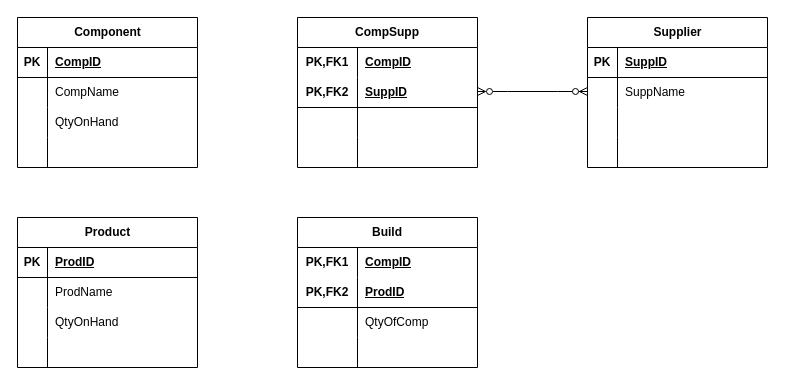
Above: M3.drawio in zack-lewis/IT3380 (draw.io), before the change. Source tidied: cells renumbered, new cells numbered last; positions are measured from the earlier drawing's top-left corner, leaving out a move shared by most shapes. Both pictures are drawn from the tidied source at 100%, with x=0, y=0 at pixel (17, 17).
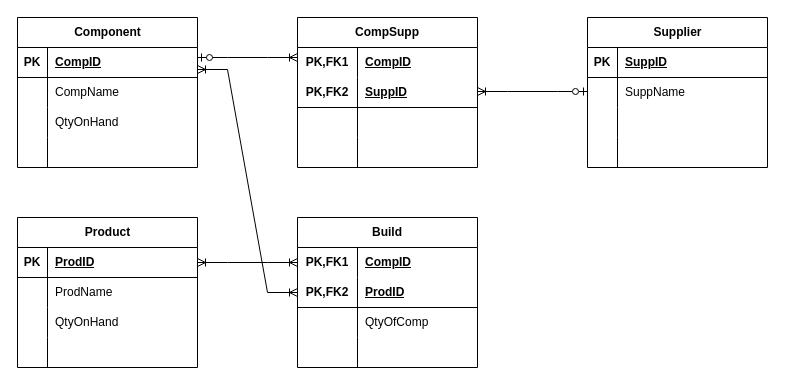
The same diagram, later.

Unchanged cells that the change refers to:
```xml
<mxCell id="3" style="shape=tableRow;horizontal=0;startSize=0;swimlaneHead=0;swimlaneBody=0;fillColor=none;points=[[0,0.5],[1,0.5]];portConstraint=eastwest;top=0;left=0;right=0;bottom=1;" parent="2" vertex="1">
  <mxGeometry y="30" width="180" height="30" as="geometry" />
</mxCell>
<mxCell id="16" style="shape=tableRow;horizontal=0;startSize=0;swimlaneHead=0;swimlaneBody=0;fillColor=none;points=[[0,0.5],[1,0.5]];portConstraint=eastwest;top=0;left=0;right=0;bottom=1;" parent="15" vertex="1">
  <mxGeometry y="30" width="180" height="30" as="geometry" />
</mxCell>
<mxCell id="55" style="shape=tableRow;horizontal=0;startSize=0;swimlaneHead=0;swimlaneBody=0;fillColor=none;points=[[0,0.5],[1,0.5]];portConstraint=eastwest;top=0;left=0;right=0;bottom=0;html=1;" parent="54" vertex="1">
  <mxGeometry y="30" width="180" height="30" as="geometry" />
</mxCell>
<mxCell id="58" style="shape=tableRow;horizontal=0;startSize=0;swimlaneHead=0;swimlaneBody=0;fillColor=none;points=[[0,0.5],[1,0.5]];portConstraint=eastwest;top=0;left=0;right=0;bottom=1;html=1;" parent="54" vertex="1">
  <mxGeometry y="60" width="180" height="30" as="geometry" />
</mxCell>
```

The edit, as a diff of the source:
```diff
@@
-    <mxCell id="67" style="edgeStyle=entityRelationEdgeStyle;fontSize=12;html=1;endArrow=ERzeroToMany;endFill=1;rounded=0;exitX=1;exitY=0.5;exitDx=0;exitDy=0;startArrow=ERzeroToMany;startFill=0;" parent="1" edge="1">
+    <mxCell id="67" style="edgeStyle=entityRelationEdgeStyle;fontSize=12;html=1;endArrow=ERzeroToOne;endFill=0;rounded=0;exitX=1;exitY=0.5;exitDx=0;exitDy=0;startArrow=ERoneToMany;startFill=0;" parent="1" edge="1">
       <mxGeometry relative="1" as="geometry">
         <mxPoint x="460" y="74" as="sourcePoint" />
         <mxPoint x="570" y="74" as="targetPoint" />
       </mxGeometry>
     </mxCell>
+    <mxCell id="68" style="edgeStyle=entityRelationEdgeStyle;fontSize=12;html=1;endArrow=ERoneToMany;startArrow=ERzeroToOne;rounded=0;entryX=0;entryY=0.5;entryDx=0;entryDy=0;" parent="1" edge="1">
+      <mxGeometry relative="1" as="geometry">
+        <mxPoint x="180" y="40" as="sourcePoint" />
+        <mxPoint x="280" y="40" as="targetPoint" />
+      </mxGeometry>
+    </mxCell>
+    <mxCell id="69" style="edgeStyle=entityRelationEdgeStyle;fontSize=12;html=1;endArrow=ERoneToMany;endFill=0;startArrow=ERoneToMany;rounded=0;exitX=1;exitY=0.5;exitDx=0;exitDy=0;entryX=0;entryY=0.5;entryDx=0;entryDy=0;startFill=0;" parent="1" edge="1" source="16" target="55">
+      <mxGeometry relative="1" as="geometry" />
+    </mxCell>
+    <mxCell id="70" style="edgeStyle=entityRelationEdgeStyle;fontSize=12;html=1;endArrow=ERoneToMany;startArrow=ERoneToMany;rounded=0;exitX=1;exitY=0.733;exitDx=0;exitDy=0;exitPerimeter=0;entryX=0;entryY=0.5;entryDx=0;entryDy=0;startFill=0;" parent="1" edge="1" source="3" target="58">
+      <mxGeometry relative="1" as="geometry" />
+    </mxCell>
```
